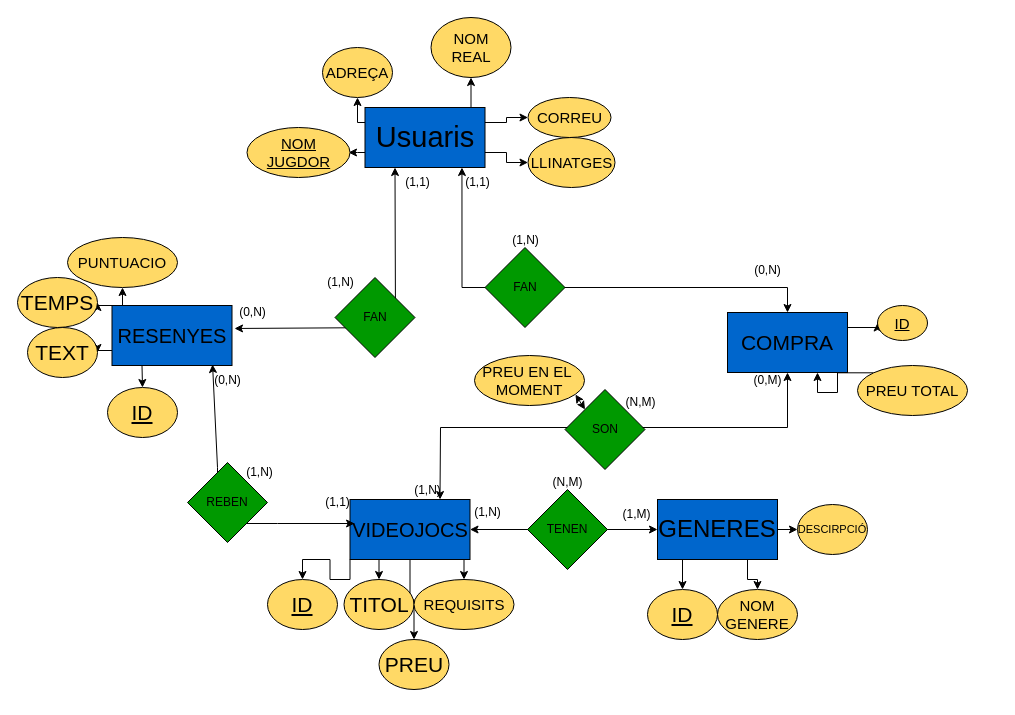
Shakespeare4/Classwork_1st_year keeps this draw.io diagram as Diagramas/PRACTICAEXAMENETR2.drawio. Above is the earlier version. Source tidied: cells renumbered, new cells numbered last; positions are measured from the earlier drawing's top-left corner, leaving out a move shared by most shapes. Both pictures are drawn from the tidied source at 100%, with x=0, y=0 at pixel (17, 17).
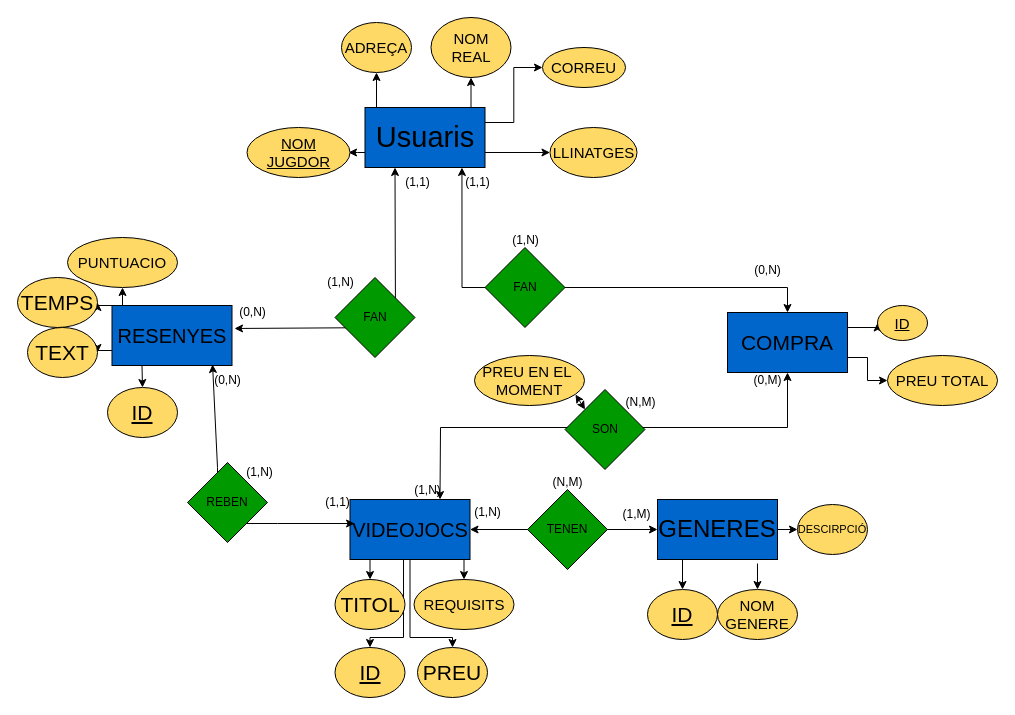
The same diagram, later.

The change refers to these unchanged cells:
```xml
<mxCell id="7" value="&lt;font style=&quot;font-size: 29px;&quot;&gt;Usuaris&lt;/font&gt;" style="rounded=0;whiteSpace=wrap;html=1;strokeColor=#000000;fillColor=#0066CC;" parent="1" vertex="1">
  <mxGeometry x="347.5" y="90" width="120" height="60" as="geometry" />
</mxCell>
<mxCell id="12" value="&lt;font style=&quot;font-size: 20px;&quot;&gt;VIDEOJOCS&lt;/font&gt;" style="rounded=0;whiteSpace=wrap;html=1;strokeColor=#000000;fillColor=#0066CC;" parent="1" vertex="1">
  <mxGeometry x="332.5" y="482" width="120" height="60" as="geometry" />
</mxCell>
<mxCell id="16" value="&lt;font style=&quot;font-size: 24px;&quot;&gt;GENERES&lt;/font&gt;" style="rounded=0;whiteSpace=wrap;html=1;strokeColor=#000000;fillColor=#0066CC;" parent="1" vertex="1">
  <mxGeometry x="640" y="482" width="120" height="60" as="geometry" />
</mxCell>
<mxCell id="26" value="&lt;font style=&quot;color: rgb(0, 0, 0); font-size: 15px;&quot;&gt;NOM&lt;/font&gt;&lt;div&gt;&lt;font style=&quot;color: rgb(0, 0, 0); font-size: 15px;&quot;&gt;GENERE&lt;/font&gt;&lt;/div&gt;" style="ellipse;whiteSpace=wrap;html=1;strokeColor=#000000;fillColor=#FFD966;" parent="1" vertex="1">
  <mxGeometry x="700" y="572" width="80" height="50" as="geometry" />
</mxCell>
<mxCell id="54" value="&lt;font style=&quot;font-size: 21px;&quot;&gt;COMPRA&lt;/font&gt;" style="rounded=0;whiteSpace=wrap;html=1;strokeColor=#000000;fillColor=#0066CC;" parent="1" vertex="1">
  <mxGeometry x="710" y="295" width="120" height="60" as="geometry" />
</mxCell>
```

Diff of the diagram source:
```diff
@@
-    <mxCell id="4" style="edgeStyle=orthogonalEdgeStyle;rounded=0;jettySize=auto;html=1;exitX=0;exitY=0.25;exitDx=0;exitDy=0;entryX=0.5;entryY=1;entryDx=0;entryDy=0;" parent="1" edge="1" source="7" target="20">
+    <mxCell id="4" style="edgeStyle=orthogonalEdgeStyle;rounded=0;jettySize=auto;html=1;exitX=0.096;exitY=0.083;exitDx=0;exitDy=0;entryX=0.5;entryY=1;entryDx=0;entryDy=0;exitPerimeter=0;" parent="1" edge="1" source="7" target="20">
       <mxGeometry relative="1" as="geometry" />
     </mxCell>
@@
-    <mxCell id="9" style="edgeStyle=orthogonalEdgeStyle;rounded=0;jettySize=auto;html=1;exitX=0;exitY=1;exitDx=0;exitDy=0;entryX=0.5;entryY=0;entryDx=0;entryDy=0;" parent="1" edge="1" source="12" target="24">
-      <mxGeometry relative="1" as="geometry" />
+    <mxCell id="9" style="edgeStyle=orthogonalEdgeStyle;rounded=0;jettySize=auto;html=1;exitX=0.446;exitY=1;exitDx=0;exitDy=0;entryX=0.5;entryY=0;entryDx=0;entryDy=0;exitPerimeter=0;" parent="1" edge="1" source="12" target="24">
+      <mxGeometry relative="1" as="geometry">
+        <Array as="points">
+          <mxPoint x="386" y="620" />
+          <mxPoint x="353" y="620" />
+        </Array>
+      </mxGeometry>
     </mxCell>
@@
     <mxCell id="11" style="edgeStyle=orthogonalEdgeStyle;rounded=0;jettySize=auto;html=1;exitX=0.5;exitY=1;exitDx=0;exitDy=0;entryX=0.5;entryY=0;entryDx=0;entryDy=0;" parent="1" edge="1" source="12" target="25">
-      <mxGeometry relative="1" as="geometry" />
+      <mxGeometry relative="1" as="geometry">
+        <Array as="points">
+          <mxPoint x="393" y="620" />
+          <mxPoint x="435" y="620" />
+        </Array>
+      </mxGeometry>
     </mxCell>
@@
-    <mxCell id="14" style="edgeStyle=orthogonalEdgeStyle;rounded=0;jettySize=auto;html=1;exitX=0.75;exitY=1;exitDx=0;exitDy=0;" parent="1" edge="1" source="16" target="26">
+    <mxCell id="14" style="edgeStyle=orthogonalEdgeStyle;rounded=0;jettySize=auto;html=1;exitX=0.833;exitY=1.067;exitDx=0;exitDy=0;exitPerimeter=0;" parent="1" edge="1" source="16" target="26">
       <mxGeometry relative="1" as="geometry" />
     </mxCell>
@@
     <mxCell id="19" value="&lt;font style=&quot;color: rgb(0, 0, 0); font-size: 15px;&quot;&gt;LLINATGES&lt;/font&gt;" style="ellipse;whiteSpace=wrap;html=1;strokeColor=#000000;fillColor=#FFD966;" parent="1" vertex="1">
-      <mxGeometry x="510.5" y="120" width="87" height="50" as="geometry" />
+      <mxGeometry x="532.5" y="110" width="87" height="50" as="geometry" />
     </mxCell>
     <mxCell id="20" value="&lt;font style=&quot;color: rgb(0, 0, 0); font-size: 15px;&quot;&gt;ADREÇA&lt;/font&gt;" style="ellipse;whiteSpace=wrap;html=1;strokeColor=#000000;fillColor=#FFD966;" parent="1" vertex="1">
-      <mxGeometry x="305" y="30" width="70" height="50" as="geometry" />
+      <mxGeometry x="324" y="5" width="70" height="50" as="geometry" />
     </mxCell>
     <mxCell id="21" value="&lt;font style=&quot;color: rgb(0, 0, 0); font-size: 15px;&quot;&gt;CORREU&lt;/font&gt;" style="ellipse;whiteSpace=wrap;html=1;strokeColor=#000000;fillColor=#FFD966;" parent="1" vertex="1">
-      <mxGeometry x="510.5" y="80" width="83" height="40" as="geometry" />
+      <mxGeometry x="525" y="30" width="83" height="40" as="geometry" />
     </mxCell>
     <mxCell id="22" value="&lt;font style=&quot;font-size: 21px; color: rgb(0, 0, 0);&quot;&gt;TITOL&lt;/font&gt;" style="ellipse;whiteSpace=wrap;html=1;strokeColor=#000000;fillColor=#FFD966;" parent="1" vertex="1">
-      <mxGeometry x="326.5" y="562" width="70" height="50" as="geometry" />
+      <mxGeometry x="317.5" y="562" width="70" height="50" as="geometry" />
     </mxCell>
@@
     <mxCell id="24" value="&lt;font style=&quot;font-size: 21px; color: rgb(0, 0, 0);&quot;&gt;&lt;u&gt;ID&lt;/u&gt;&lt;/font&gt;" style="ellipse;whiteSpace=wrap;html=1;strokeColor=#000000;fillColor=#FFD966;" parent="1" vertex="1">
-      <mxGeometry x="250" y="562" width="70" height="50" as="geometry" />
+      <mxGeometry x="317.5" y="630" width="70" height="50" as="geometry" />
     </mxCell>
     <mxCell id="25" value="&lt;font style=&quot;font-size: 21px; color: rgb(0, 0, 0);&quot;&gt;PREU&lt;/font&gt;" style="ellipse;whiteSpace=wrap;html=1;strokeColor=#000000;fillColor=#FFD966;" parent="1" vertex="1">
-      <mxGeometry x="361.5" y="622" width="70" height="50" as="geometry" />
+      <mxGeometry x="400" y="630" width="70" height="50" as="geometry" />
     </mxCell>
@@
+    <mxCell id="70" style="edgeStyle=orthogonalEdgeStyle;rounded=0;jettySize=auto;html=1;exitX=1;exitY=0.75;exitDx=0;exitDy=0;entryX=0;entryY=0.5;entryDx=0;entryDy=0;" parent="1" edge="1" source="54" target="69">
+      <mxGeometry relative="1" as="geometry" />
+    </mxCell>
@@
-    <mxCell id="68" style="edgeStyle=orthogonalEdgeStyle;rounded=0;jettySize=auto;html=1;exitX=0;exitY=0;exitDx=0;exitDy=0;entryX=0.75;entryY=1;entryDx=0;entryDy=0;" parent="1" edge="1" source="69" target="54">
-      <mxGeometry relative="1" as="geometry" />
-    </mxCell>
     <mxCell id="69" value="&lt;font style=&quot;color: rgb(0, 0, 0); font-size: 15px;&quot;&gt;PREU TOTAL&lt;/font&gt;" style="ellipse;whiteSpace=wrap;html=1;strokeColor=#000000;fillColor=#FFD966;" parent="1" vertex="1">
-      <mxGeometry x="840" y="348" width="110" height="50" as="geometry" />
+      <mxGeometry x="870" y="338" width="110" height="50" as="geometry" />
     </mxCell>
```
